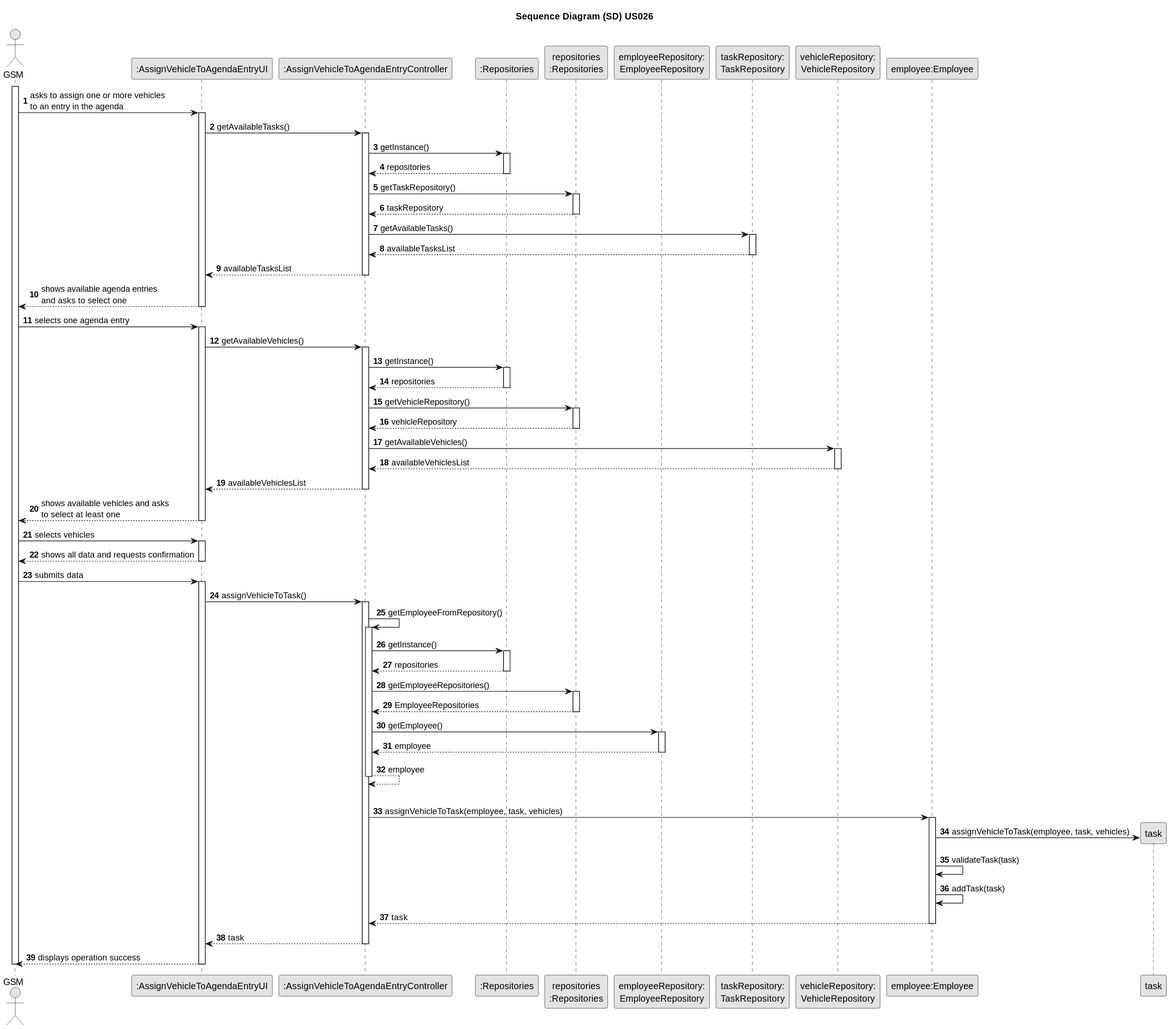
LopemigueISEP/lei-24-s2-1nb-g312 keeps this PlantUML diagram as docs/sprintC/US026/03.design/svg/us026-sequence-diagram-full.svg. Above is the earlier version.
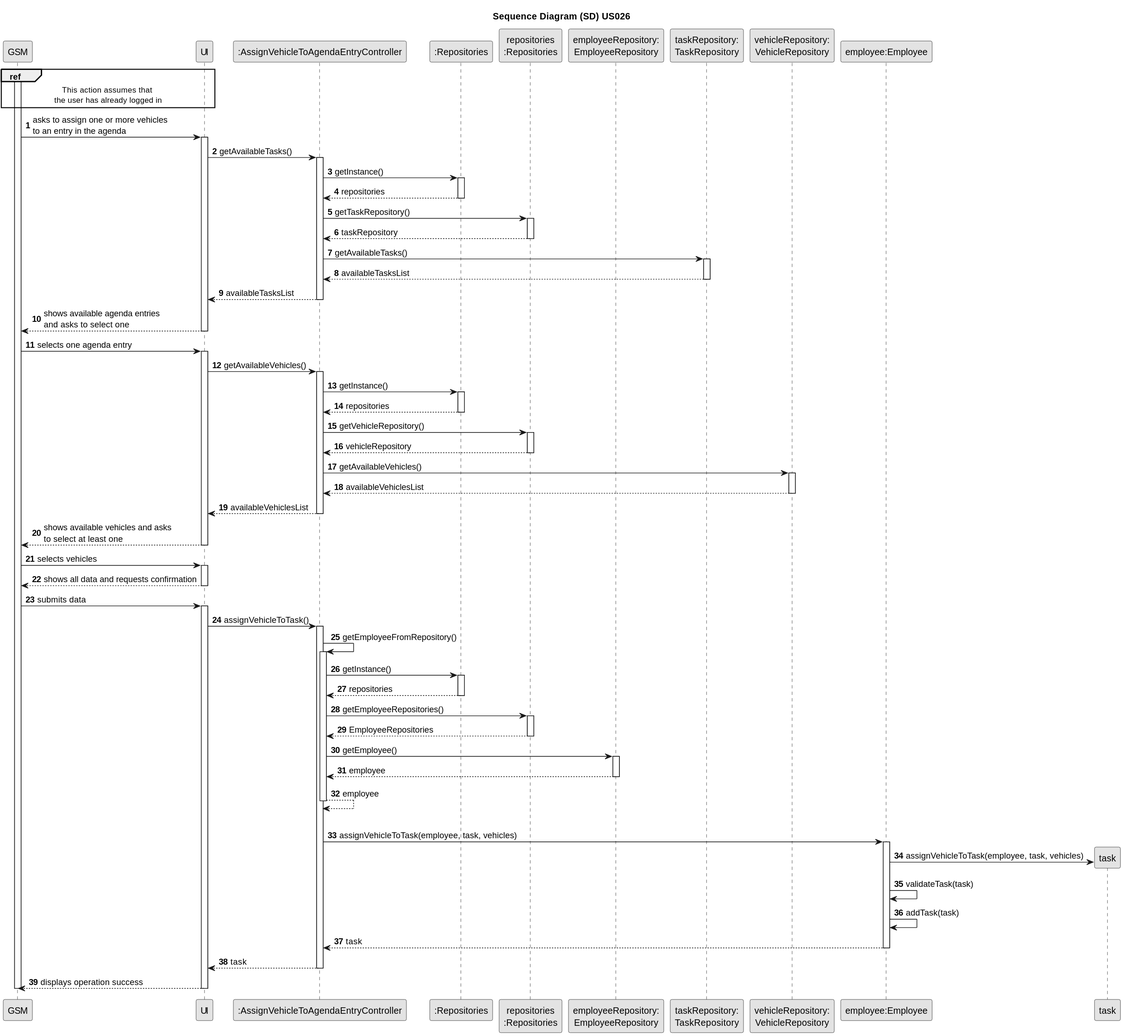
The same file after the commit.

Diff of the diagram source:
```diff
@@ -6,6 +6,8 @@
 autonumber
 
 title Sequence Diagram (SD) US026
+ref over GSM, UI : This action assumes that \nthe user has already logged in
+
 
 actor "GSM" as GSM
 participant ":AssignVehicleToAgendaEntryUI" as UI
```
